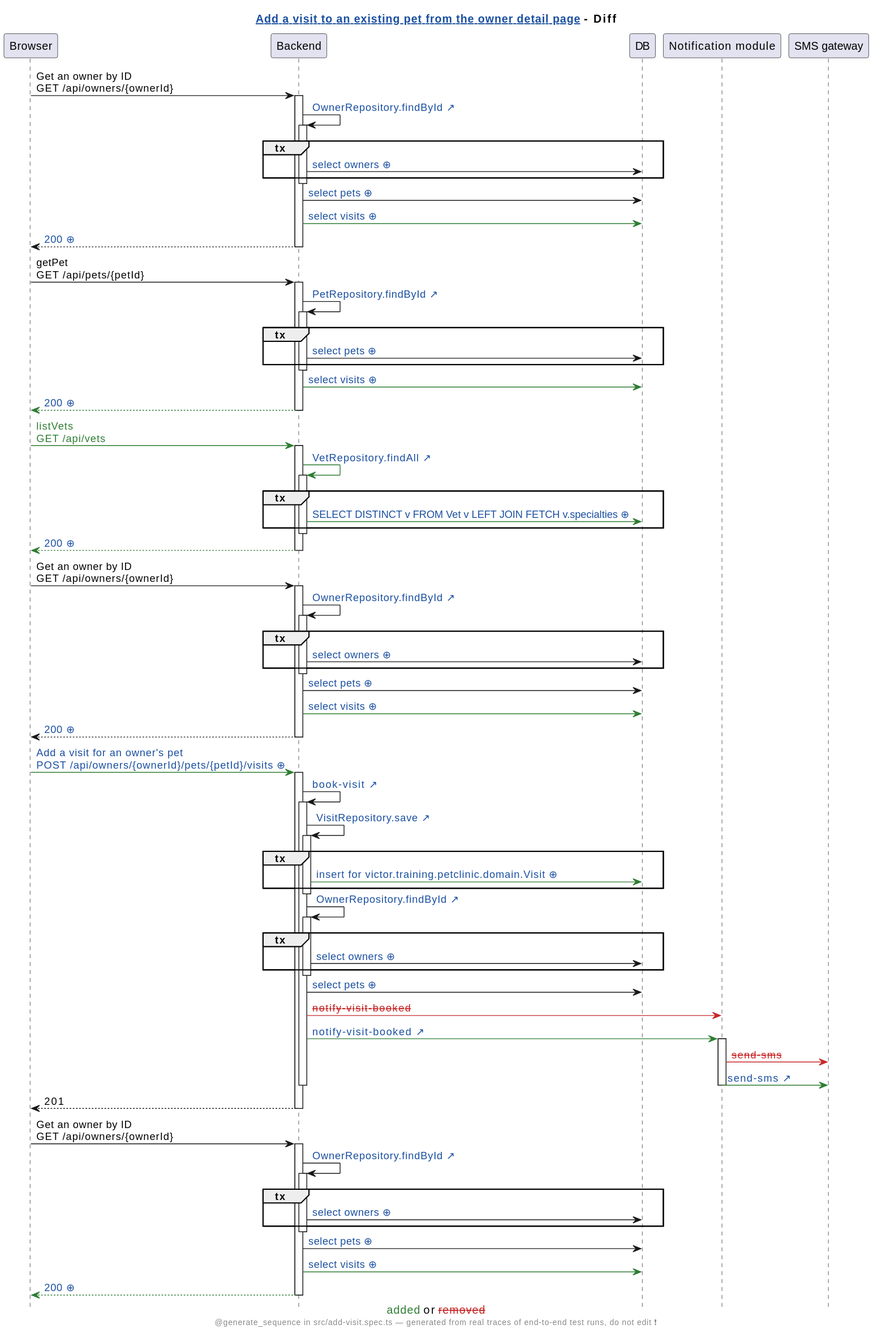
Before: demo/petclinic-pr/assets/diagrams/petclinic-test_generated_add-visit.spec.ts.add-a-visit-to-an-existing-pet-from-the-owner-detail-page.genseq.diff.svg, a diagram exported from PlantUML (victorrentea/human-review). Its diagram source:
```plantuml
@startuml
caption <color:#2E7D32>added</color> or <color:#C62828><s>removed</s></color>
hide footbox
skinparam hyperlinkUnderline false
skinparam hyperlinkColor #1A4FA0
title [[src://petclinic-test/src/add-visit.spec.ts:34{Click to open the test} Add a visit to an existing pet from the owner detail page]] - Diff
footer @generate_sequence in src/add-visit.spec.ts — generated from real traces of end-to-end test runs, do not edit ❗
participant Browser
participant Backend
participant DB
participant "Notification module"
participant "SMS gateway"
Browser -> Backend: Get an owner by ID\nGET /api/owners/{ownerId}
activate Backend
Backend -> Backend: [[src://petclinic-backend/src/main/java/victor/training/petclinic/repository/OwnerRepository.java:14{Click to open OwnerRepository.findById} OwnerRepository.findById ↗]]
activate Backend
group tx
Backend -> DB: [[genseq://0x8aana{Click for the statement behind this call} select owners ⊕]]
end
deactivate Backend
Backend -> DB: [[genseq://18567ho{Click for the statement behind this call} select pets ⊕]]
Backend -[#2E7D32]> DB: [[genseq://1eq1h2q{Click for the statement behind this call} select visits ⊕]]
Backend --> Browser: [[genseq://0tvg3tn{Click for this call’s JSON body} 200 ⊕]]
deactivate Backend
Browser -> Backend: getPet\nGET /api/pets/{petId}
activate Backend
Backend -> Backend: [[src://petclinic-backend/src/main/java/victor/training/petclinic/repository/PetRepository.java:16{Click to open PetRepository.findById} PetRepository.findById ↗]]
activate Backend
group tx
Backend -> DB: [[genseq://0y7w2ps{Click for the statement behind this call} select pets ⊕]]
end
deactivate Backend
Backend -[#2E7D32]> DB: [[genseq://1eq1h2q{Click for the statement behind this call} select visits ⊕]]
Backend -[#2E7D32]-> Browser: [[genseq://0ts0dcp{Click for this call’s JSON body} 200 ⊕]]
deactivate Backend
Browser -[#2E7D32]> Backend: <color:#2E7D32>listVets</color>\n<color:#2E7D32>GET /api/vets</color>
activate Backend
Backend -[#2E7D32]> Backend: [[src://petclinic-backend/src/main/java/victor/training/petclinic/repository/VetRepository.java:12{Click to open VetRepository.findAll} VetRepository.findAll ↗]]
activate Backend
group tx
Backend -[#2E7D32]> DB: [[genseq://0p6yxbc{Click for the statement behind this call} SELECT DISTINCT v FROM Vet v LEFT JOIN FETCH v.specialties ⊕]]
end
deactivate Backend
Backend -[#2E7D32]-> Browser: [[genseq://1nmg2oo{Click for this call’s JSON body} 200 ⊕]]
deactivate Backend
Browser -> Backend: Get an owner by ID\nGET /api/owners/{ownerId}
activate Backend
Backend -> Backend: [[src://petclinic-backend/src/main/java/victor/training/petclinic/repository/OwnerRepository.java:14{Click to open OwnerRepository.findById} OwnerRepository.findById ↗]]
activate Backend
group tx
Backend -> DB: [[genseq://0x8aana{Click for the statement behind this call} select owners ⊕]]
end
deactivate Backend
Backend -> DB: [[genseq://18567ho{Click for the statement behind this call} select pets ⊕]]
Backend -[#2E7D32]> DB: [[genseq://1eq1h2q{Click for the statement behind this call} select visits ⊕]]
Backend --> Browser: [[genseq://0tvg3tn{Click for this call’s JSON body} 200 ⊕]]
deactivate Backend
Browser -[#2E7D32]> Backend: [[genseq://06reo0d{Click for this call’s JSON body} Add a visit for an owner's pet\nPOST /api/owners/{ownerId}/pets/{petId}/visits ⊕]]
activate Backend
Backend -> Backend: [[src://petclinic-backend/src/main/java/victor/training/petclinic/rest/OwnerRestController.java:191{Click to open OwnerRestController.bookVisit} book-visit ↗]]
activate Backend
Backend -> Backend: [[src://petclinic-backend/src/main/java/victor/training/petclinic/repository/VisitRepository.java:14{Click to open VisitRepository.save} VisitRepository.save ↗]]
activate Backend
group tx
Backend -[#2E7D32]> DB: [[genseq://0mgbrlu{Click for the statement behind this call} insert for victor.training.petclinic.domain.Visit ⊕]]
end
deactivate Backend
Backend -> Backend: [[src://petclinic-backend/src/main/java/victor/training/petclinic/repository/OwnerRepository.java:14{Click to open OwnerRepository.findById} OwnerRepository.findById ↗]]
activate Backend
group tx
Backend -> DB: [[genseq://0x8aana{Click for the statement behind this call} select owners ⊕]]
end
deactivate Backend
Backend -> DB: [[genseq://18567ho{Click for the statement behind this call} select pets ⊕]]
Backend -[#C62828]> "Notification module": <color:#C62828><s>notify-visit-booked</s></color>
Backend -[#2E7D32]> "Notification module": [[src://petclinic-backend/src/main/java/victor/training/petclinic/notification/FakeSmsNotificationSender.java:45{Click to open FakeSmsNotificationSender.visitBooked} notify-visit-booked ↗]]
activate "Notification module"
"Notification module" -[#C62828]> "SMS gateway": <color:#C62828><s>send-sms</s></color>
"Notification module" -[#2E7D32]> "SMS gateway": [[src://petclinic-backend/src/main/java/victor/training/petclinic/notification/FakeSmsNotificationSender.java:47{Click to open FakeSmsNotificationSender.sendSms} send-sms ↗]]
deactivate "Notification module"
deactivate Backend
Backend --> Browser: 201
deactivate Backend
Browser -> Backend: Get an owner by ID\nGET /api/owners/{ownerId}
activate Backend
Backend -> Backend: [[src://petclinic-backend/src/main/java/victor/training/petclinic/repository/OwnerRepository.java:14{Click to open OwnerRepository.findById} OwnerRepository.findById ↗]]
activate Backend
group tx
Backend -> DB: [[genseq://0x8aana{Click for the statement behind this call} select owners ⊕]]
end
deactivate Backend
Backend -> DB: [[genseq://18567ho{Click for the statement behind this call} select pets ⊕]]
Backend -[#2E7D32]> DB: [[genseq://1eq1h2q{Click for the statement behind this call} select visits ⊕]]
Backend -[#2E7D32]-> Browser: [[genseq://0ilsnr9{Click for this call’s JSON body} 200 ⊕]]
deactivate Backend
@enduml
```
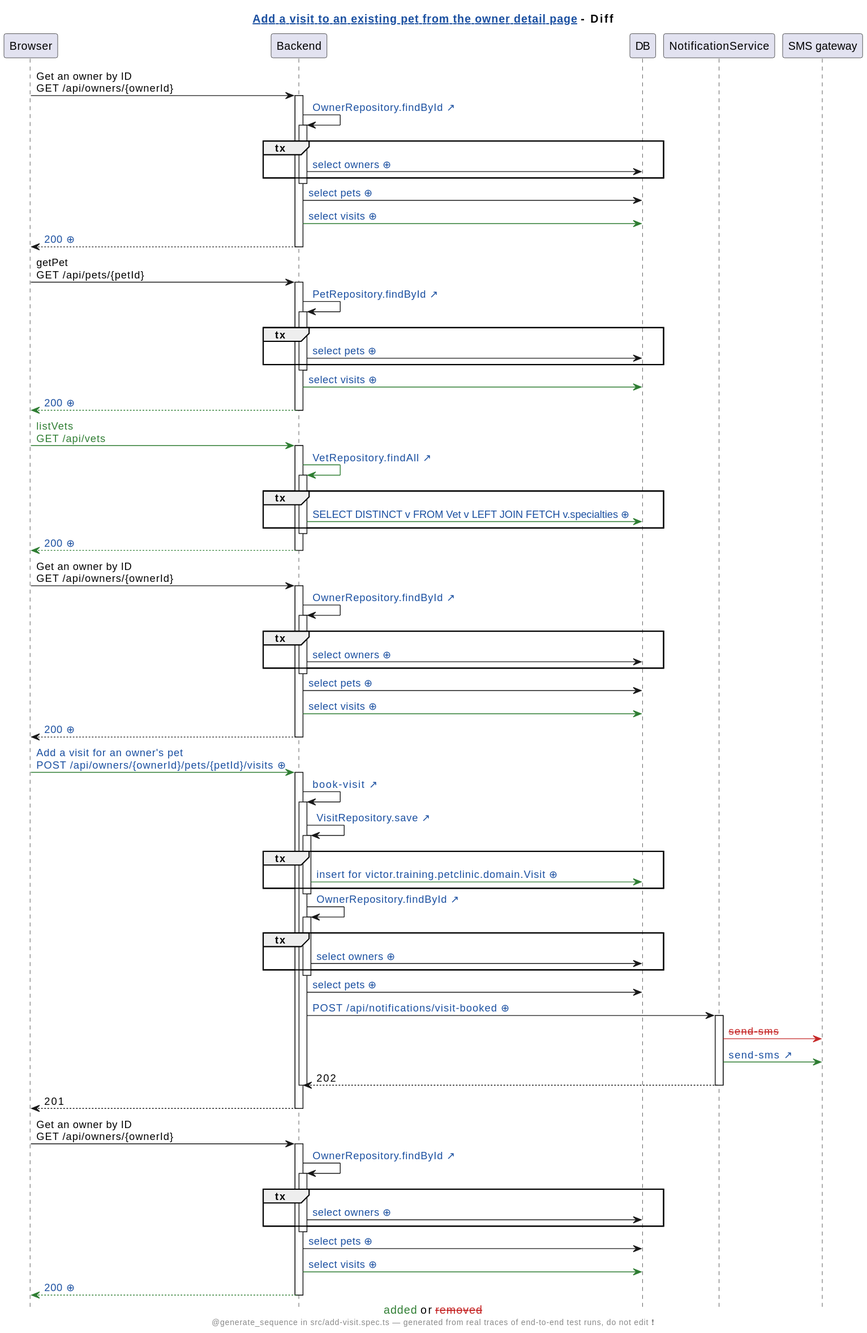
After the change.

Diff of the diagram source:
```diff
@@ -8,7 +8,7 @@
 participant Browser
 participant Backend
 participant DB
-participant "Notification module"
+participant NotificationService
 participant "SMS gateway"
 Browser -> Backend: Get an owner by ID\nGET /api/owners/{ownerId}
 activate Backend
@@ -55,14 +55,14 @@
 Backend -[#2E7D32]> DB: [[genseq://1eq1h2q{Click for the statement behind this call} select visits ⊕]]
 Backend --> Browser: [[genseq://0tvg3tn{Click for this call’s JSON body} 200 ⊕]]
 deactivate Backend
-Browser -[#2E7D32]> Backend: [[genseq://06reo0d{Click for this call’s JSON body} Add a visit for an owner's pet\nPOST /api/owners/{ownerId}/pets/{petId}/visits ⊕]]
+Browser -[#2E7D32]> Backend: [[genseq://1qey6ns{Click for this call’s JSON body} Add a visit for an owner's pet\nPOST /api/owners/{ownerId}/pets/{petId}/visits ⊕]]
 activate Backend
 Backend -> Backend: [[src://petclinic-backend/src/main/java/victor/training/petclinic/rest/OwnerRestController.java:191{Click to open OwnerRestController.bookVisit} book-visit ↗]]
 activate Backend
 Backend -> Backend: [[src://petclinic-backend/src/main/java/victor/training/petclinic/repository/VisitRepository.java:14{Click to open VisitRepository.save} VisitRepository.save ↗]]
 activate Backend
 group tx
-Backend -[#2E7D32]> DB: [[genseq://0mgbrlu{Click for the statement behind this call} insert for victor.training.petclinic.domain.Visit ⊕]]
+Backend -[#2E7D32]> DB: [[genseq://0i6kn47{Click for the statement behind this call} insert for victor.training.petclinic.domain.Visit ⊕]]
 end
 deactivate Backend
 Backend -> Backend: [[src://petclinic-backend/src/main/java/victor/training/petclinic/repository/OwnerRepository.java:14{Click to open OwnerRepository.findById} OwnerRepository.findById ↗]]
@@ -72,12 +72,12 @@
 end
 deactivate Backend
 Backend -> DB: [[genseq://18567ho{Click for the statement behind this call} select pets ⊕]]
-Backend -[#C62828]> "Notification module": <color:#C62828><s>notify-visit-booked</s></color>
-Backend -[#2E7D32]> "Notification module": [[src://petclinic-backend/src/main/java/victor/training/petclinic/notification/FakeSmsNotificationSender.java:45{Click to open FakeSmsNotificationSender.visitBooked} notify-visit-booked ↗]]
-activate "Notification module"
-"Notification module" -[#C62828]> "SMS gateway": <color:#C62828><s>send-sms</s></color>
-"Notification module" -[#2E7D32]> "SMS gateway": [[src://petclinic-backend/src/main/java/victor/training/petclinic/notification/FakeSmsNotificationSender.java:47{Click to open FakeSmsNotificationSender.sendSms} send-sms ↗]]
-deactivate "Notification module"
+Backend -> NotificationService: [[genseq://1cfd0z0{Click for this call’s JSON body} POST /api/notifications/visit-booked ⊕]]
+activate NotificationService
+NotificationService -[#C62828]> "SMS gateway": <color:#C62828><s>send-sms</s></color>
+NotificationService -[#2E7D32]> "SMS gateway": [[src://notification-service/src/main/java/victor/training/notification/SmsGateway.java:23{Click to open SmsGateway.send} send-sms ↗]]
+NotificationService --> Backend: 202
+deactivate NotificationService
 deactivate Backend
 Backend --> Browser: 201
 deactivate Backend
@@ -91,6 +91,6 @@
 deactivate Backend
 Backend -> DB: [[genseq://18567ho{Click for the statement behind this call} select pets ⊕]]
 Backend -[#2E7D32]> DB: [[genseq://1eq1h2q{Click for the statement behind this call} select visits ⊕]]
-Backend -[#2E7D32]-> Browser: [[genseq://0ilsnr9{Click for this call’s JSON body} 200 ⊕]]
+Backend -[#2E7D32]-> Browser: [[genseq://02yixe9{Click for this call’s JSON body} 200 ⊕]]
 deactivate Backend
 @enduml
```
